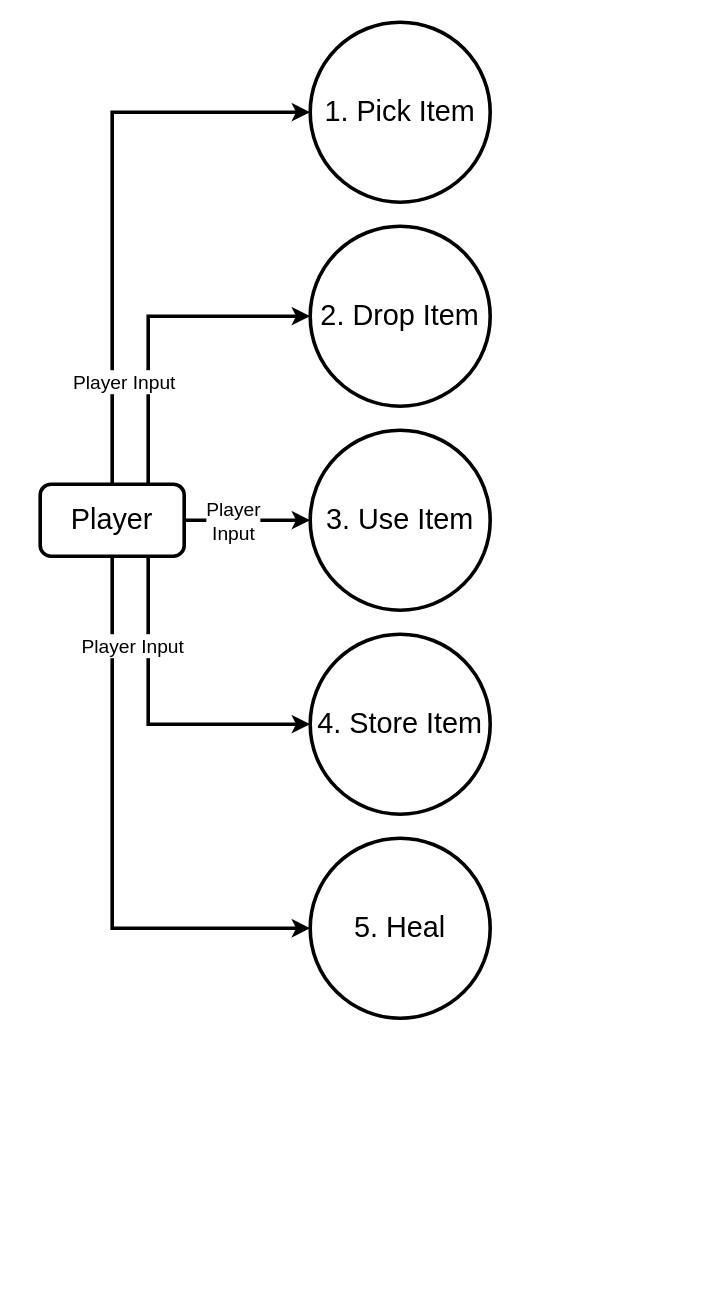
FM-Man/SPL_2 keeps this draw.io diagram as Pictures/dataflow/1.3.4.1.1.2.drawio. Above is the earlier version. Source tidied: cells renumbered, new cells numbered last; positions are measured from the earlier drawing's top-left corner, leaving out a move shared by most shapes. Both pictures are drawn from the tidied source at 120%, with x=0, y=0 at pixel (40, 22).
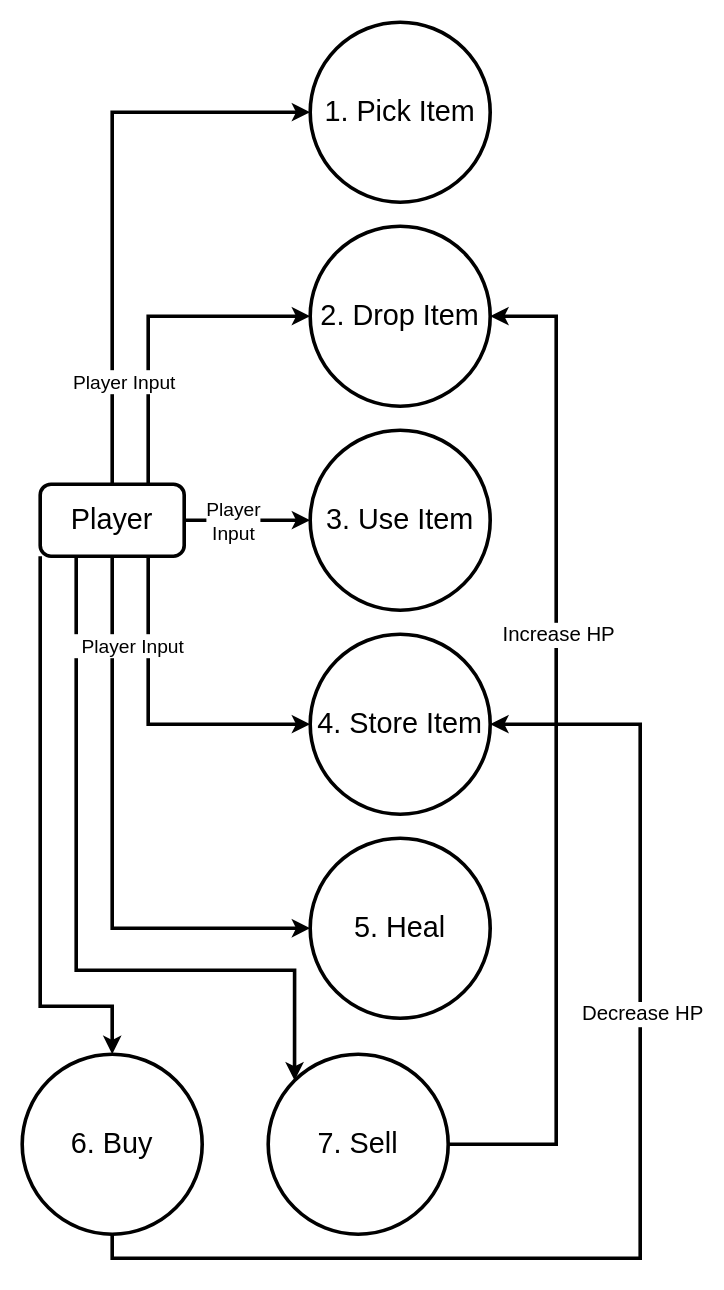
The same page after the edit.

Unchanged cells that the change refers to:
```xml
<mxCell id="4" value="&lt;div&gt;2. Drop Item&lt;br&gt;&lt;/div&gt;" style="ellipse;whiteSpace=wrap;html=1;fontSize=24;strokeWidth=3;" parent="1" vertex="1">
  <mxGeometry x="225" y="170" width="150" height="150" as="geometry" />
</mxCell>
<mxCell id="9" value="&lt;font style=&quot;font-size: 24px&quot;&gt;Player&lt;/font&gt;" style="rounded=1;whiteSpace=wrap;html=1;strokeWidth=3;" parent="1" vertex="1">
  <mxGeometry y="385" width="120" height="60" as="geometry" />
</mxCell>
<mxCell id="11" value="&lt;div&gt;4. Store Item&lt;br&gt;&lt;/div&gt;" style="ellipse;whiteSpace=wrap;html=1;fontSize=24;strokeWidth=3;" parent="1" vertex="1">
  <mxGeometry x="225" y="510" width="150" height="150" as="geometry" />
</mxCell>
```

What changed in the source:
```diff
@@
+    <mxCell id="16" style="edgeStyle=orthogonalEdgeStyle;rounded=0;jettySize=auto;html=1;exitX=0.25;exitY=1;exitDx=0;exitDy=0;entryX=0;entryY=0;entryDx=0;entryDy=0;strokeWidth=3;" parent="1" edge="1" source="9" target="23">
+      <mxGeometry relative="1" as="geometry">
+        <Array as="points">
+          <mxPoint x="30" y="790" />
+          <mxPoint x="212" y="790" />
+        </Array>
+      </mxGeometry>
+    </mxCell>
+    <mxCell id="17" style="edgeStyle=orthogonalEdgeStyle;rounded=0;jettySize=auto;html=1;exitX=0;exitY=1;exitDx=0;exitDy=0;strokeWidth=3;" parent="1" edge="1" source="9" target="20">
+      <mxGeometry relative="1" as="geometry">
+        <Array as="points">
+          <mxPoint y="820" />
+          <mxPoint x="60" y="820" />
+        </Array>
+      </mxGeometry>
+    </mxCell>
@@
+    <mxCell id="18" style="edgeStyle=orthogonalEdgeStyle;rounded=0;jettySize=auto;html=1;exitX=0.5;exitY=1;exitDx=0;exitDy=0;entryX=1;entryY=0.5;entryDx=0;entryDy=0;fontSize=17;strokeWidth=3;" parent="1" edge="1" source="20" target="11">
+      <mxGeometry relative="1" as="geometry">
+        <Array as="points">
+          <mxPoint x="60" y="1030" />
+          <mxPoint x="500" y="1030" />
+          <mxPoint x="500" y="585" />
+        </Array>
+      </mxGeometry>
+    </mxCell>
+    <mxCell id="19" value="Decrease HP" style="edgeLabel;html=1;align=center;verticalAlign=middle;fontSize=17;" parent="18" vertex="1">
+      <mxGeometry x="0.29" y="-1" relative="1" as="geometry" />
+    </mxCell>
+    <mxCell id="20" value="&lt;div&gt;6. Buy&lt;br&gt;&lt;/div&gt;" style="ellipse;whiteSpace=wrap;html=1;fontSize=24;strokeWidth=3;" parent="1" vertex="1">
+      <mxGeometry x="-15" y="860" width="150" height="150" as="geometry" />
+    </mxCell>
+    <mxCell id="21" style="edgeStyle=orthogonalEdgeStyle;rounded=0;jettySize=auto;html=1;exitX=1;exitY=0.5;exitDx=0;exitDy=0;entryX=1;entryY=0.5;entryDx=0;entryDy=0;strokeWidth=3;" parent="1" edge="1" source="23" target="4">
+      <mxGeometry relative="1" as="geometry">
+        <Array as="points">
+          <mxPoint x="430" y="935" />
+          <mxPoint x="430" y="245" />
+        </Array>
+      </mxGeometry>
+    </mxCell>
+    <mxCell id="22" value="&lt;font style=&quot;font-size: 17px&quot;&gt;Increase HP&lt;/font&gt;" style="edgeLabel;html=1;align=center;verticalAlign=middle;" parent="21" vertex="1">
+      <mxGeometry x="0.1" y="-1" relative="1" as="geometry">
+        <mxPoint y="-56" as="offset" />
+      </mxGeometry>
+    </mxCell>
+    <mxCell id="23" value="7. Sell" style="ellipse;whiteSpace=wrap;html=1;fontSize=24;strokeWidth=3;" parent="1" vertex="1">
+      <mxGeometry x="190" y="860" width="150" height="150" as="geometry" />
+    </mxCell>
```
